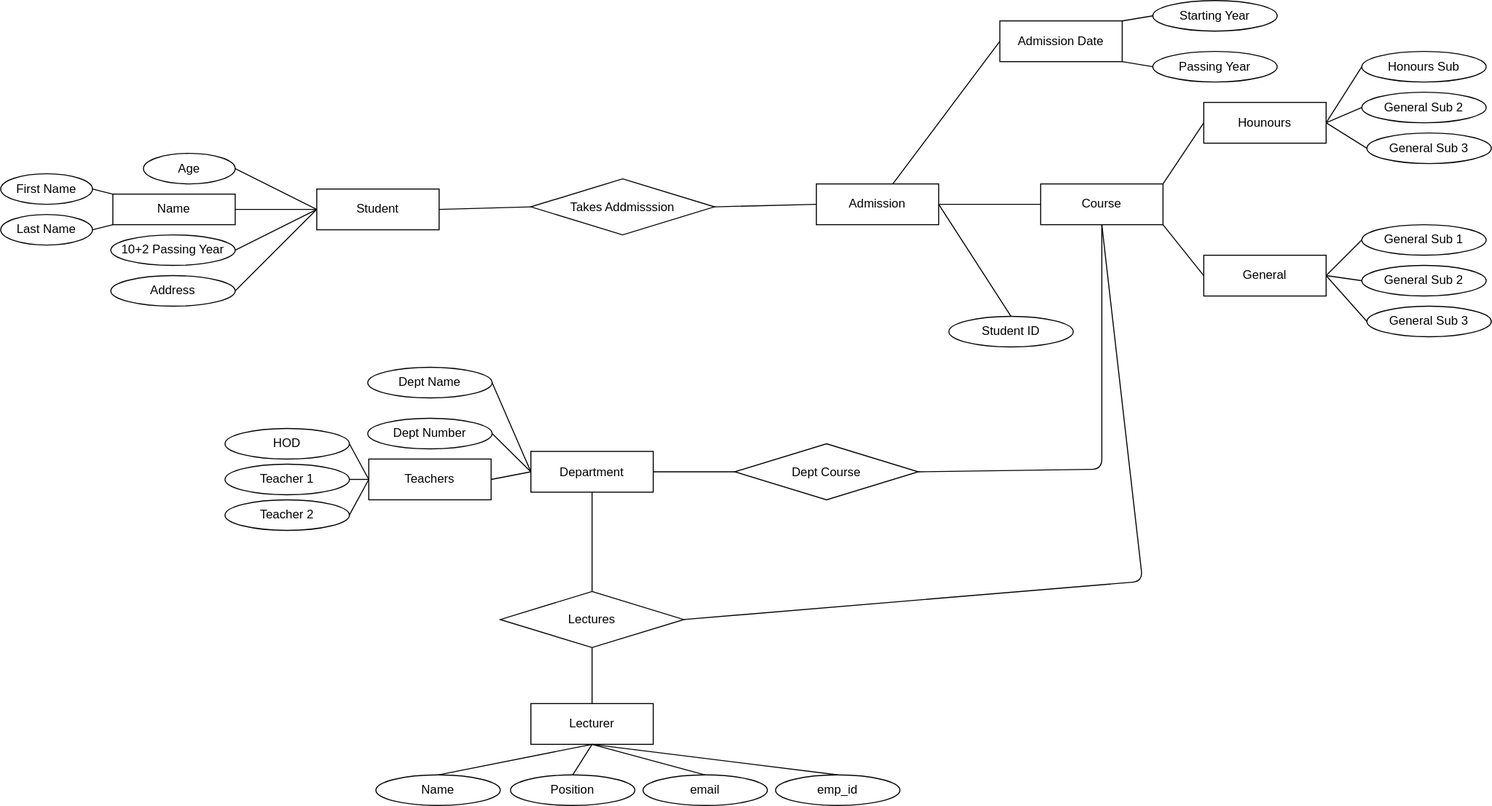
The draw.io diagram er_dig_college_mgm_26_09_2020.svg in listout/drawio_digs, before a commit. Source tidied: cells renumbered, new cells last; positions are measured from the earlier drawing's top-left corner, leaving out a move shared by most shapes. Source of this version:
```xml
<mxGraphModel>
  <root>
    <mxCell id="0" />
    <mxCell id="1" parent="0" />
    <mxCell id="2" value="Student" style="rounded=0;whiteSpace=wrap;html=1;" parent="1" vertex="1">
      <mxGeometry x="310" y="185" width="120" height="40" as="geometry" />
    </mxCell>
    <mxCell id="3" value="Age" style="ellipse;whiteSpace=wrap;html=1;" parent="1" vertex="1">
      <mxGeometry x="140" y="150" width="90" height="30" as="geometry" />
    </mxCell>
    <mxCell id="4" value="First Name" style="ellipse;whiteSpace=wrap;html=1;" parent="1" vertex="1">
      <mxGeometry y="170" width="90" height="30" as="geometry" />
    </mxCell>
    <mxCell id="5" value="10+2 Passing Year" style="ellipse;whiteSpace=wrap;html=1;" parent="1" vertex="1">
      <mxGeometry x="108" y="230" width="122" height="30" as="geometry" />
    </mxCell>
    <mxCell id="6" value="Address" style="ellipse;whiteSpace=wrap;html=1;" parent="1" vertex="1">
      <mxGeometry x="108" y="270" width="122" height="30" as="geometry" />
    </mxCell>
    <mxCell id="7" value="Last Name" style="ellipse;whiteSpace=wrap;html=1;" parent="1" vertex="1">
      <mxGeometry y="210" width="90" height="30" as="geometry" />
    </mxCell>
    <mxCell id="8" value="Name" style="rounded=0;whiteSpace=wrap;html=1;" parent="1" vertex="1">
      <mxGeometry x="110" y="190" width="120" height="30" as="geometry" />
    </mxCell>
    <mxCell id="9" value="Takes Addmisssion" style="rhombus;whiteSpace=wrap;html=1;" parent="1" vertex="1">
      <mxGeometry x="520" y="175" width="180" height="55" as="geometry" />
    </mxCell>
    <mxCell id="10" value="Admission" style="rounded=0;whiteSpace=wrap;html=1;" parent="1" vertex="1">
      <mxGeometry x="800" y="180" width="120" height="40" as="geometry" />
    </mxCell>
    <mxCell id="11" value="Course" style="rounded=0;whiteSpace=wrap;html=1;" parent="1" vertex="1">
      <mxGeometry x="1020" y="180" width="120" height="40" as="geometry" />
    </mxCell>
    <mxCell id="12" value="Student ID" style="ellipse;whiteSpace=wrap;html=1;" parent="1" vertex="1">
      <mxGeometry x="930" y="310" width="122" height="30" as="geometry" />
    </mxCell>
    <mxCell id="13" value="Admission Date" style="rounded=0;whiteSpace=wrap;html=1;" parent="1" vertex="1">
      <mxGeometry x="980" y="20" width="120" height="40" as="geometry" />
    </mxCell>
    <mxCell id="14" value="Starting Year" style="ellipse;whiteSpace=wrap;html=1;" parent="1" vertex="1">
      <mxGeometry x="1130" width="122" height="30" as="geometry" />
    </mxCell>
    <mxCell id="15" value="Passing Year" style="ellipse;whiteSpace=wrap;html=1;" parent="1" vertex="1">
      <mxGeometry x="1130" y="50" width="122" height="30" as="geometry" />
    </mxCell>
    <mxCell id="16" value="Hounours" style="rounded=0;whiteSpace=wrap;html=1;" parent="1" vertex="1">
      <mxGeometry x="1180" y="100" width="120" height="40" as="geometry" />
    </mxCell>
    <mxCell id="17" value="General" style="rounded=0;whiteSpace=wrap;html=1;" parent="1" vertex="1">
      <mxGeometry x="1180" y="250" width="120" height="40" as="geometry" />
    </mxCell>
    <mxCell id="18" value="General Sub 3" style="ellipse;whiteSpace=wrap;html=1;" parent="1" vertex="1">
      <mxGeometry x="1340" y="300" width="122" height="30" as="geometry" />
    </mxCell>
    <mxCell id="19" value="General Sub 2" style="ellipse;whiteSpace=wrap;html=1;" parent="1" vertex="1">
      <mxGeometry x="1335" y="260" width="122" height="30" as="geometry" />
    </mxCell>
    <mxCell id="20" value="General Sub 1" style="ellipse;whiteSpace=wrap;html=1;" parent="1" vertex="1">
      <mxGeometry x="1335" y="220" width="122" height="30" as="geometry" />
    </mxCell>
    <mxCell id="21" value="General Sub 3" style="ellipse;whiteSpace=wrap;html=1;" parent="1" vertex="1">
      <mxGeometry x="1340" y="130" width="122" height="30" as="geometry" />
    </mxCell>
    <mxCell id="22" value="General Sub 2" style="ellipse;whiteSpace=wrap;html=1;" parent="1" vertex="1">
      <mxGeometry x="1335" y="90" width="122" height="30" as="geometry" />
    </mxCell>
    <mxCell id="23" value="Honours Sub" style="ellipse;whiteSpace=wrap;html=1;" parent="1" vertex="1">
      <mxGeometry x="1335" y="50" width="122" height="30" as="geometry" />
    </mxCell>
    <mxCell id="24" style="endArrow=none;html=1;entryX=0;entryY=0.5;entryDx=0;entryDy=0;exitX=1;exitY=0.5;exitDx=0;exitDy=0;" parent="1" edge="1" source="8" target="2">
      <mxGeometry relative="1" as="geometry" />
    </mxCell>
    <mxCell id="25" style="endArrow=none;html=1;entryX=0;entryY=0.5;entryDx=0;entryDy=0;exitX=1;exitY=0.5;exitDx=0;exitDy=0;" parent="1" edge="1" source="5" target="2">
      <mxGeometry relative="1" as="geometry" />
    </mxCell>
    <mxCell id="26" style="endArrow=none;html=1;entryX=0;entryY=0.5;entryDx=0;entryDy=0;exitX=1;exitY=0.5;exitDx=0;exitDy=0;" parent="1" edge="1" source="6" target="2">
      <mxGeometry relative="1" as="geometry" />
    </mxCell>
    <mxCell id="27" style="endArrow=none;html=1;entryX=0;entryY=0.5;entryDx=0;entryDy=0;exitX=1;exitY=0.5;exitDx=0;exitDy=0;" parent="1" edge="1" source="3" target="2">
      <mxGeometry relative="1" as="geometry" />
    </mxCell>
    <mxCell id="28" style="endArrow=none;html=1;entryX=0;entryY=0;entryDx=0;entryDy=0;exitX=1;exitY=0.5;exitDx=0;exitDy=0;" parent="1" edge="1" source="4" target="8">
      <mxGeometry relative="1" as="geometry" />
    </mxCell>
    <mxCell id="29" style="endArrow=none;html=1;entryX=0;entryY=1;entryDx=0;entryDy=0;exitX=1;exitY=0.5;exitDx=0;exitDy=0;" parent="1" edge="1" source="7" target="8">
      <mxGeometry relative="1" as="geometry" />
    </mxCell>
    <mxCell id="30" style="endArrow=none;html=1;entryX=1;entryY=0.5;entryDx=0;entryDy=0;exitX=0;exitY=0.5;exitDx=0;exitDy=0;" parent="1" edge="1" source="9" target="2">
      <mxGeometry relative="1" as="geometry" />
    </mxCell>
    <mxCell id="31" style="endArrow=none;html=1;entryX=0;entryY=0.5;entryDx=0;entryDy=0;exitX=1;exitY=0.5;exitDx=0;exitDy=0;" parent="1" edge="1" source="9" target="10">
      <mxGeometry relative="1" as="geometry" />
    </mxCell>
    <mxCell id="32" style="endArrow=none;html=1;entryX=0;entryY=0.5;entryDx=0;entryDy=0;exitX=1;exitY=0.5;exitDx=0;exitDy=0;" parent="1" edge="1" source="10" target="11">
      <mxGeometry relative="1" as="geometry" />
    </mxCell>
    <mxCell id="33" style="endArrow=none;html=1;entryX=1;entryY=0.5;entryDx=0;entryDy=0;exitX=0.5;exitY=1;exitDx=0;exitDy=0;" parent="1" edge="1" source="13" target="10">
      <mxGeometry relative="1" as="geometry" />
    </mxCell>
    <mxCell id="34" style="endArrow=none;html=1;entryX=1;entryY=0.5;entryDx=0;entryDy=0;exitX=0.5;exitY=0;exitDx=0;exitDy=0;" parent="1" edge="1" source="12" target="10">
      <mxGeometry relative="1" as="geometry" />
    </mxCell>
    <mxCell id="35" style="endArrow=none;html=1;entryX=1;entryY=1;entryDx=0;entryDy=0;exitX=0;exitY=0.5;exitDx=0;exitDy=0;" parent="1" edge="1" source="17" target="11">
      <mxGeometry relative="1" as="geometry" />
    </mxCell>
    <mxCell id="36" style="endArrow=none;html=1;entryX=1;entryY=0;entryDx=0;entryDy=0;exitX=0;exitY=0.5;exitDx=0;exitDy=0;" parent="1" edge="1" source="14" target="13">
      <mxGeometry relative="1" as="geometry" />
    </mxCell>
    <mxCell id="37" style="endArrow=none;html=1;entryX=1;entryY=1;entryDx=0;entryDy=0;exitX=0;exitY=0.5;exitDx=0;exitDy=0;" parent="1" edge="1" source="15" target="13">
      <mxGeometry relative="1" as="geometry" />
    </mxCell>
    <mxCell id="38" style="endArrow=none;html=1;entryX=0;entryY=0.5;entryDx=0;entryDy=0;exitX=1;exitY=0.5;exitDx=0;exitDy=0;" parent="1" edge="1" source="16" target="23">
      <mxGeometry relative="1" as="geometry" />
    </mxCell>
    <mxCell id="39" style="endArrow=none;html=1;entryX=0;entryY=0.5;entryDx=0;entryDy=0;exitX=1;exitY=0.5;exitDx=0;exitDy=0;" parent="1" edge="1" source="16" target="22">
      <mxGeometry relative="1" as="geometry" />
    </mxCell>
    <mxCell id="40" style="endArrow=none;html=1;entryX=0;entryY=0.5;entryDx=0;entryDy=0;exitX=1;exitY=0.5;exitDx=0;exitDy=0;" parent="1" edge="1" source="16" target="21">
      <mxGeometry relative="1" as="geometry" />
    </mxCell>
    <mxCell id="41" style="endArrow=none;html=1;entryX=0;entryY=0.5;entryDx=0;entryDy=0;exitX=1;exitY=0.5;exitDx=0;exitDy=0;" parent="1" edge="1" source="17" target="20">
      <mxGeometry relative="1" as="geometry" />
    </mxCell>
    <mxCell id="42" style="endArrow=none;html=1;entryX=0;entryY=0.5;entryDx=0;entryDy=0;exitX=1;exitY=0.5;exitDx=0;exitDy=0;" parent="1" edge="1" source="17" target="19">
      <mxGeometry relative="1" as="geometry" />
    </mxCell>
    <mxCell id="43" style="endArrow=none;html=1;entryX=0;entryY=0.5;entryDx=0;entryDy=0;exitX=1;exitY=0.5;exitDx=0;exitDy=0;" parent="1" edge="1" source="17" target="18">
      <mxGeometry relative="1" as="geometry" />
    </mxCell>
    <mxCell id="44" style="endArrow=none;html=1;entryX=0;entryY=0.5;entryDx=0;entryDy=0;exitX=1;exitY=0;exitDx=0;exitDy=0;" parent="1" edge="1" source="11" target="16">
      <mxGeometry relative="1" as="geometry" />
    </mxCell>
    <mxCell id="45" value="Department" style="rounded=0;whiteSpace=wrap;html=1;" parent="1" vertex="1">
      <mxGeometry x="520" y="442.5" width="120" height="40" as="geometry" />
    </mxCell>
    <mxCell id="46" value="HOD" style="ellipse;whiteSpace=wrap;html=1;" parent="1" vertex="1">
      <mxGeometry x="220" y="420" width="122" height="30" as="geometry" />
    </mxCell>
    <mxCell id="47" value="Dept Number " style="ellipse;whiteSpace=wrap;html=1;" parent="1" vertex="1">
      <mxGeometry x="360" y="410" width="122" height="30" as="geometry" />
    </mxCell>
    <mxCell id="48" value="Dept Name" style="ellipse;whiteSpace=wrap;html=1;" parent="1" vertex="1">
      <mxGeometry x="360" y="360" width="122" height="30" as="geometry" />
    </mxCell>
    <mxCell id="49" value="Teachers" style="rounded=0;whiteSpace=wrap;html=1;" parent="1" vertex="1">
      <mxGeometry x="361" y="450" width="120" height="40" as="geometry" />
    </mxCell>
    <mxCell id="50" value="Teacher 1" style="ellipse;whiteSpace=wrap;html=1;" parent="1" vertex="1">
      <mxGeometry x="220" y="455" width="122" height="30" as="geometry" />
    </mxCell>
    <mxCell id="51" value="Teacher 2" style="ellipse;whiteSpace=wrap;html=1;" parent="1" vertex="1">
      <mxGeometry x="220" y="490" width="122" height="30" as="geometry" />
    </mxCell>
    <mxCell id="52" value="Dept Course" style="rhombus;whiteSpace=wrap;html=1;" parent="1" vertex="1">
      <mxGeometry x="720" y="435" width="180" height="55" as="geometry" />
    </mxCell>
    <mxCell id="53" style="endArrow=none;html=1;entryX=0.5;entryY=1;entryDx=0;entryDy=0;exitX=1;exitY=0.5;exitDx=0;exitDy=0;" parent="1" edge="1" source="52" target="11">
      <mxGeometry relative="1" as="geometry">
        <Array as="points">
          <mxPoint x="1080" y="460" />
        </Array>
      </mxGeometry>
    </mxCell>
    <mxCell id="54" style="endArrow=none;html=1;entryX=0;entryY=0.5;entryDx=0;entryDy=0;exitX=1;exitY=0.5;exitDx=0;exitDy=0;" parent="1" edge="1" source="45" target="52">
      <mxGeometry relative="1" as="geometry" />
    </mxCell>
    <mxCell id="55" style="endArrow=none;html=1;entryX=1;entryY=0.5;entryDx=0;entryDy=0;exitX=0;exitY=0.5;exitDx=0;exitDy=0;" parent="1" edge="1" source="45" target="49">
      <mxGeometry relative="1" as="geometry" />
    </mxCell>
    <mxCell id="56" style="endArrow=none;html=1;entryX=1;entryY=0.5;entryDx=0;entryDy=0;exitX=0;exitY=0.5;exitDx=0;exitDy=0;" parent="1" edge="1" source="45" target="47">
      <mxGeometry relative="1" as="geometry" />
    </mxCell>
    <mxCell id="57" style="endArrow=none;html=1;entryX=1;entryY=0.5;entryDx=0;entryDy=0;exitX=0;exitY=0.5;exitDx=0;exitDy=0;" parent="1" edge="1" source="45" target="48">
      <mxGeometry relative="1" as="geometry" />
    </mxCell>
    <mxCell id="58" style="endArrow=none;html=1;entryX=0;entryY=0.5;entryDx=0;entryDy=0;exitX=1;exitY=0.5;exitDx=0;exitDy=0;" parent="1" edge="1" source="46" target="49">
      <mxGeometry relative="1" as="geometry" />
    </mxCell>
    <mxCell id="59" style="endArrow=none;html=1;entryX=0;entryY=0.5;entryDx=0;entryDy=0;exitX=1;exitY=0.5;exitDx=0;exitDy=0;" parent="1" edge="1" source="50" target="49">
      <mxGeometry relative="1" as="geometry" />
    </mxCell>
    <mxCell id="60" style="endArrow=none;html=1;entryX=0;entryY=0.5;entryDx=0;entryDy=0;exitX=1;exitY=0.5;exitDx=0;exitDy=0;" parent="1" edge="1" source="51" target="49">
      <mxGeometry relative="1" as="geometry" />
    </mxCell>
    <mxCell id="61" value="Lectures" style="rhombus;whiteSpace=wrap;html=1;" parent="1" vertex="1">
      <mxGeometry x="490" y="580" width="180" height="55" as="geometry" />
    </mxCell>
    <mxCell id="62" value="Lecturer" style="rounded=0;whiteSpace=wrap;html=1;" parent="1" vertex="1">
      <mxGeometry x="520" y="690" width="120" height="40" as="geometry" />
    </mxCell>
    <mxCell id="63" value="Name" style="ellipse;whiteSpace=wrap;html=1;" parent="1" vertex="1">
      <mxGeometry x="368" y="760" width="122" height="30" as="geometry" />
    </mxCell>
    <mxCell id="64" value="Position" style="ellipse;whiteSpace=wrap;html=1;" parent="1" vertex="1">
      <mxGeometry x="500" y="760" width="122" height="30" as="geometry" />
    </mxCell>
    <mxCell id="65" value="email" style="ellipse;whiteSpace=wrap;html=1;" parent="1" vertex="1">
      <mxGeometry x="630" y="760" width="122" height="30" as="geometry" />
    </mxCell>
    <mxCell id="66" value="emp_id" style="ellipse;whiteSpace=wrap;html=1;" parent="1" vertex="1">
      <mxGeometry x="760" y="760" width="122" height="30" as="geometry" />
    </mxCell>
    <mxCell id="67" style="endArrow=none;html=1;entryX=0.5;entryY=0;entryDx=0;entryDy=0;exitX=0.5;exitY=1;exitDx=0;exitDy=0;" parent="1" edge="1" source="45" target="61">
      <mxGeometry relative="1" as="geometry" />
    </mxCell>
    <mxCell id="68" style="endArrow=none;html=1;exitX=0.5;exitY=0;exitDx=0;exitDy=0;entryX=0.5;entryY=1;entryDx=0;entryDy=0;" parent="1" edge="1" source="62" target="61">
      <mxGeometry relative="1" as="geometry" />
    </mxCell>
    <mxCell id="69" style="endArrow=none;html=1;exitX=0.5;exitY=1;exitDx=0;exitDy=0;entryX=0.5;entryY=0;entryDx=0;entryDy=0;" parent="1" edge="1" source="62" target="63">
      <mxGeometry relative="1" as="geometry" />
    </mxCell>
    <mxCell id="70" style="endArrow=none;html=1;exitX=0.5;exitY=1;exitDx=0;exitDy=0;entryX=0.5;entryY=0;entryDx=0;entryDy=0;" parent="1" edge="1" source="62" target="64">
      <mxGeometry relative="1" as="geometry" />
    </mxCell>
    <mxCell id="71" style="endArrow=none;html=1;exitX=0.5;exitY=1;exitDx=0;exitDy=0;entryX=0.5;entryY=0;entryDx=0;entryDy=0;" parent="1" edge="1" source="62" target="65">
      <mxGeometry relative="1" as="geometry" />
    </mxCell>
    <mxCell id="72" style="endArrow=none;html=1;exitX=0.5;exitY=1;exitDx=0;exitDy=0;entryX=0.5;entryY=0;entryDx=0;entryDy=0;" parent="1" edge="1" source="62" target="66">
      <mxGeometry relative="1" as="geometry" />
    </mxCell>
    <mxCell id="73" style="endArrow=none;html=1;entryX=1;entryY=0.5;entryDx=0;entryDy=0;exitX=0.5;exitY=1;exitDx=0;exitDy=0;" parent="1" edge="1" source="11" target="61">
      <mxGeometry relative="1" as="geometry">
        <Array as="points">
          <mxPoint x="1120" y="570" />
        </Array>
      </mxGeometry>
    </mxCell>
  </root>
</mxGraphModel>
```
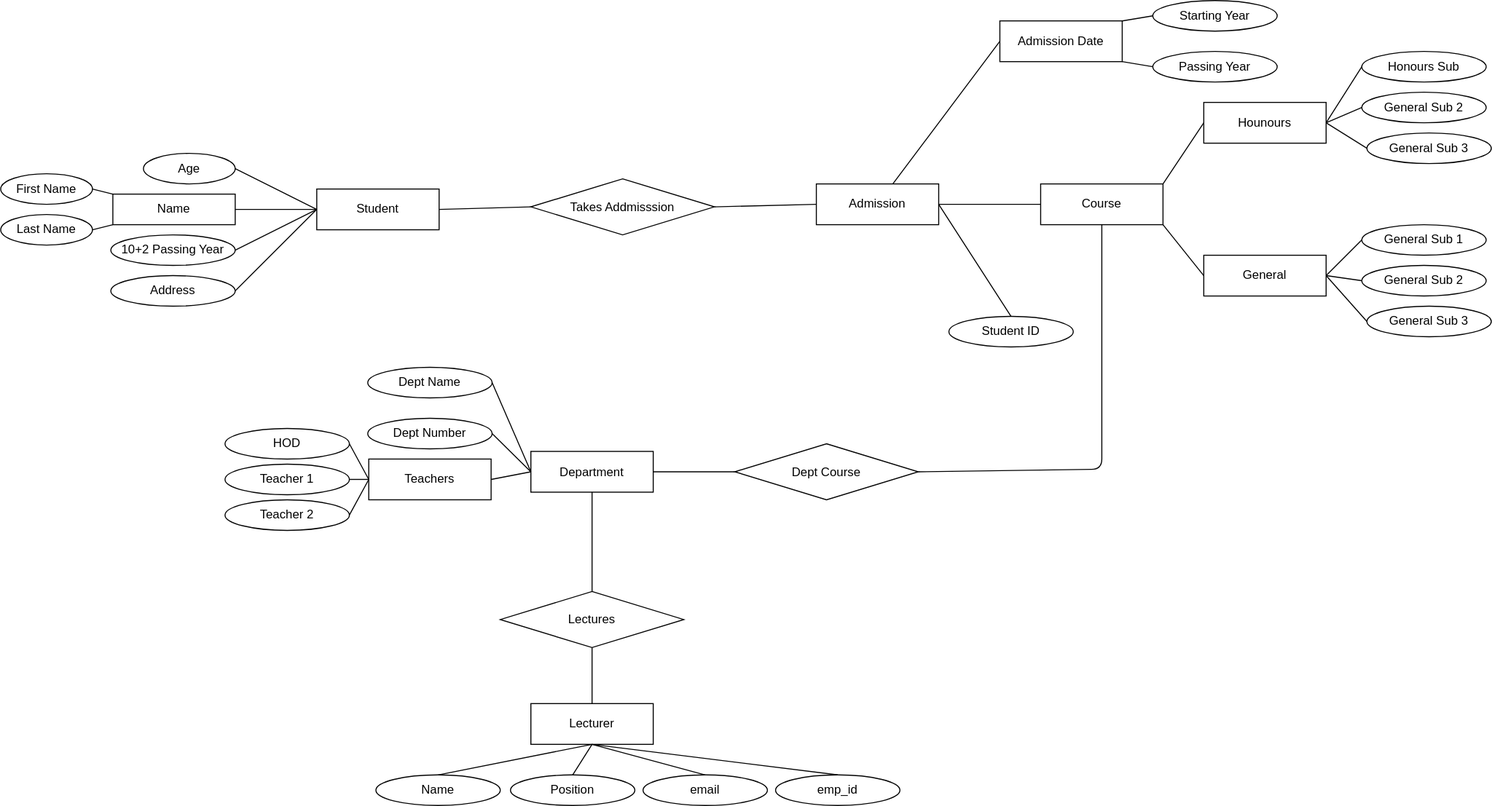
After the change.

The edit, as a diff of the source:
```diff
@@ -219,12 +219,5 @@
     <mxCell id="72" style="endArrow=none;html=1;exitX=0.5;exitY=1;exitDx=0;exitDy=0;entryX=0.5;entryY=0;entryDx=0;entryDy=0;" parent="1" edge="1" source="62" target="66">
       <mxGeometry relative="1" as="geometry" />
     </mxCell>
-    <mxCell id="73" style="endArrow=none;html=1;entryX=1;entryY=0.5;entryDx=0;entryDy=0;exitX=0.5;exitY=1;exitDx=0;exitDy=0;" parent="1" edge="1" source="11" target="61">
-      <mxGeometry relative="1" as="geometry">
-        <Array as="points">
-          <mxPoint x="1120" y="570" />
-        </Array>
-      </mxGeometry>
-    </mxCell>
   </root>
 </mxGraphModel>
```
